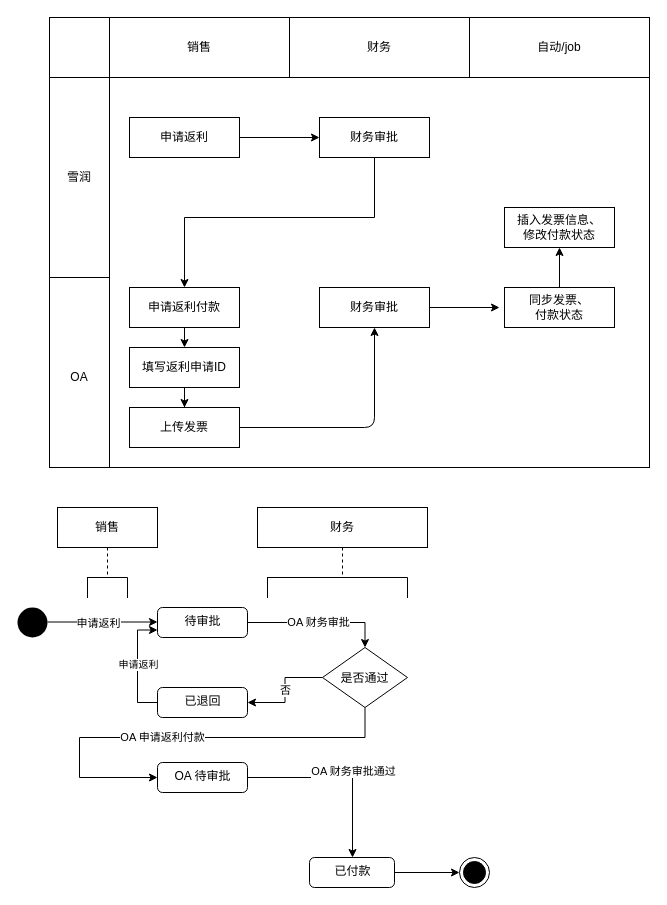
This is page "返利申请" (7 of 7) of shrine-doc/云资源业务流程.drawio from easefulfil/CLOUDCARE, a draw.io file, before an edit. Source tidied: cells renumbered, new cells numbered last; positions are measured from the earlier drawing's top-left corner, leaving out a move shared by most shapes. Both pictures are drawn from the tidied source at 100%, with x=0, y=0 at pixel (17, 17).
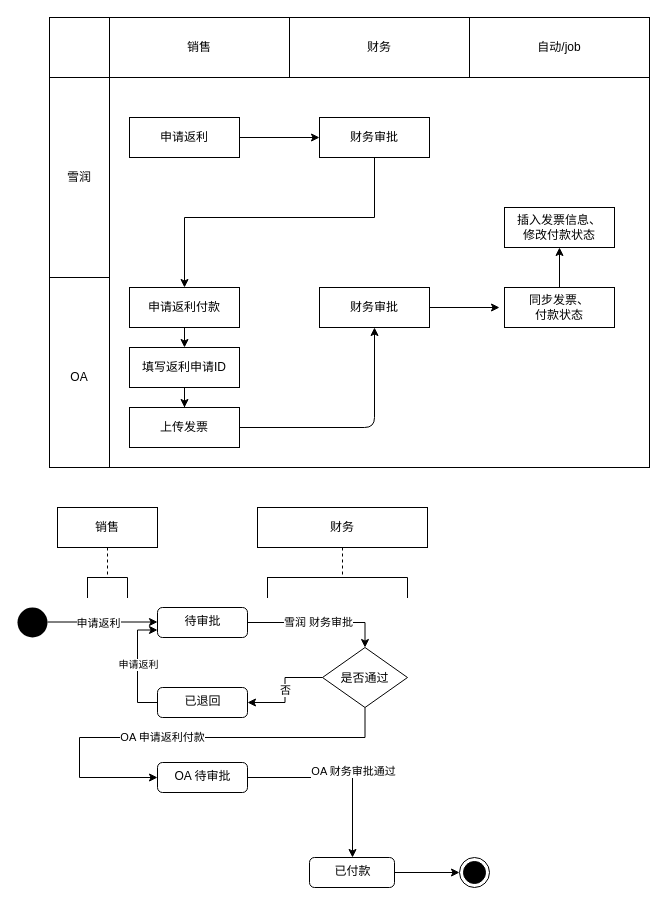
After the change.

Commit message:
Update 云资源业务流程.drawio

The change refers to these unchanged cells:
```xml
<mxCell id="23" value="待审批" style="html=1;align=center;verticalAlign=top;rounded=1;absoluteArcSize=1;arcSize=10;dashed=0;" parent="1" vertex="1">
  <mxGeometry x="140" y="590" width="90" height="30" as="geometry" />
</mxCell>
<mxCell id="34" value="是否通过" style="rhombus;" parent="1" vertex="1">
  <mxGeometry x="305" y="630" width="85" height="60" as="geometry" />
</mxCell>
```

Diff of the diagram source:
```diff
@@
-    <mxCell id="22" value="OA 财务审批" style="edgeStyle=orthogonalEdgeStyle;rounded=0;jettySize=auto;html=1;entryX=0.5;entryY=0;entryDx=0;entryDy=0;" parent="1" edge="1" source="23" target="34">
+    <mxCell id="22" value="雪润 财务审批" style="edgeStyle=orthogonalEdgeStyle;rounded=0;jettySize=auto;html=1;entryX=0.5;entryY=0;entryDx=0;entryDy=0;" parent="1" edge="1" source="23" target="34">
       <mxGeometry relative="1" as="geometry" />
     </mxCell>
```
